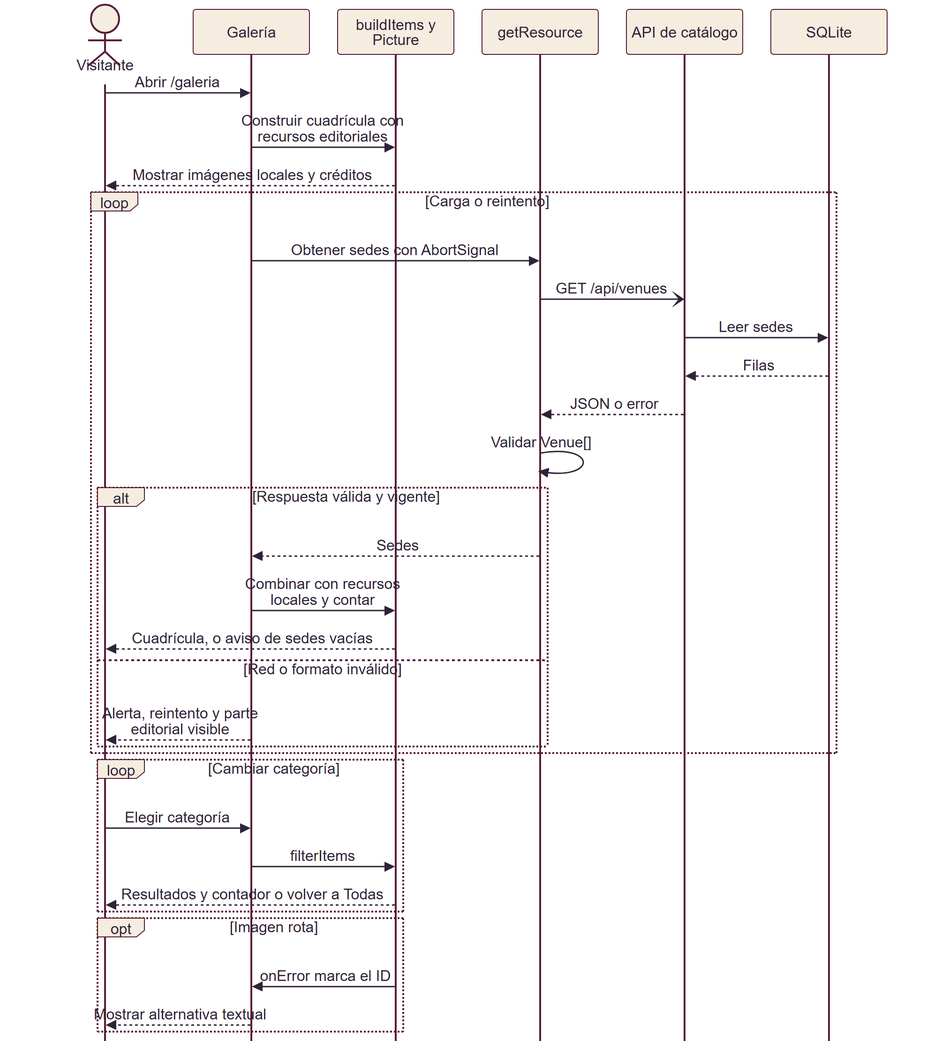
This is docs/architecture/rendered/png/CU-16.png from magomez36/FIAVL_Arquitectura-de-Software, a Mermaid export, as it was before one commit. Its source is kept beside it as docs/architecture/diagrams/CU-16.mmd. Source of this version:
```mermaid
sequenceDiagram
actor V as Visitante
participant U as Galería
participant I as buildItems y Picture
participant H as getResource
participant A as API de catálogo
participant D as SQLite
V->>U: Abrir /galeria
U->>I: Construir cuadrícula con recursos editoriales
I-->>V: Mostrar imágenes locales y créditos
loop Carga o reintento
  U->>H: Obtener sedes con AbortSignal
  H-)A: GET /api/venues
  A->>D: Leer sedes
  D-->>A: Filas
  A-->>H: JSON o error
  H->>H: Validar Venue[]
  alt Respuesta válida y vigente
    H-->>U: Sedes
    U->>I: Combinar con recursos locales y contar
    I-->>V: Cuadrícula, o aviso de sedes vacías
  else Red o formato inválido
    U-->>V: Alerta, reintento y parte editorial visible
  end
end
loop Cambiar categoría
  V->>U: Elegir categoría
  U->>I: filterItems
  I-->>V: Resultados y contador o volver a Todas
end
opt Imagen rota
  I->>U: onError marca el ID
  U-->>V: Mostrar alternativa textual
end
```
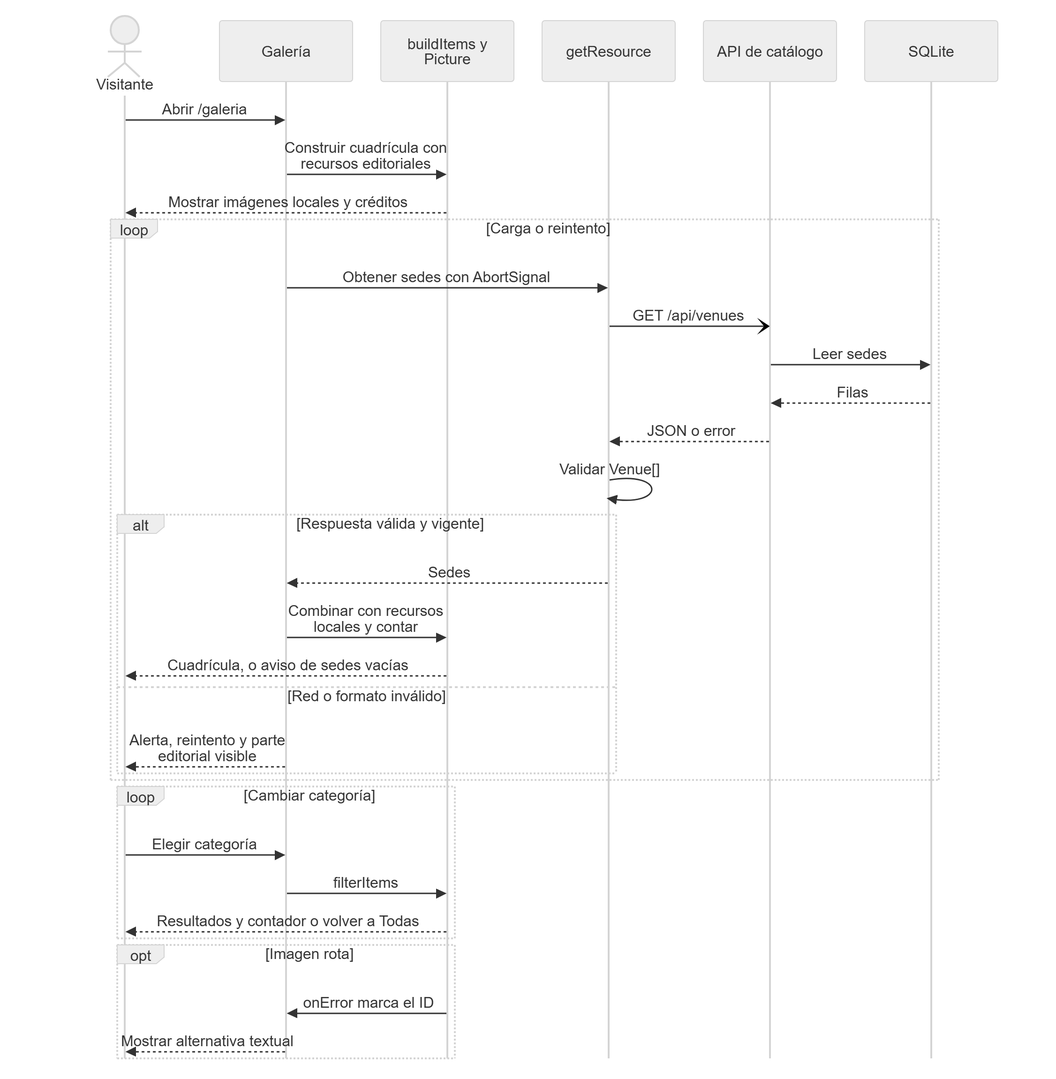
After the change.

What changed in the source:
```diff
@@ -1,3 +1,7 @@
+---
+config:
+  theme: neutral
+---
 sequenceDiagram
 actor V as Visitante
 participant U as Galería
```
